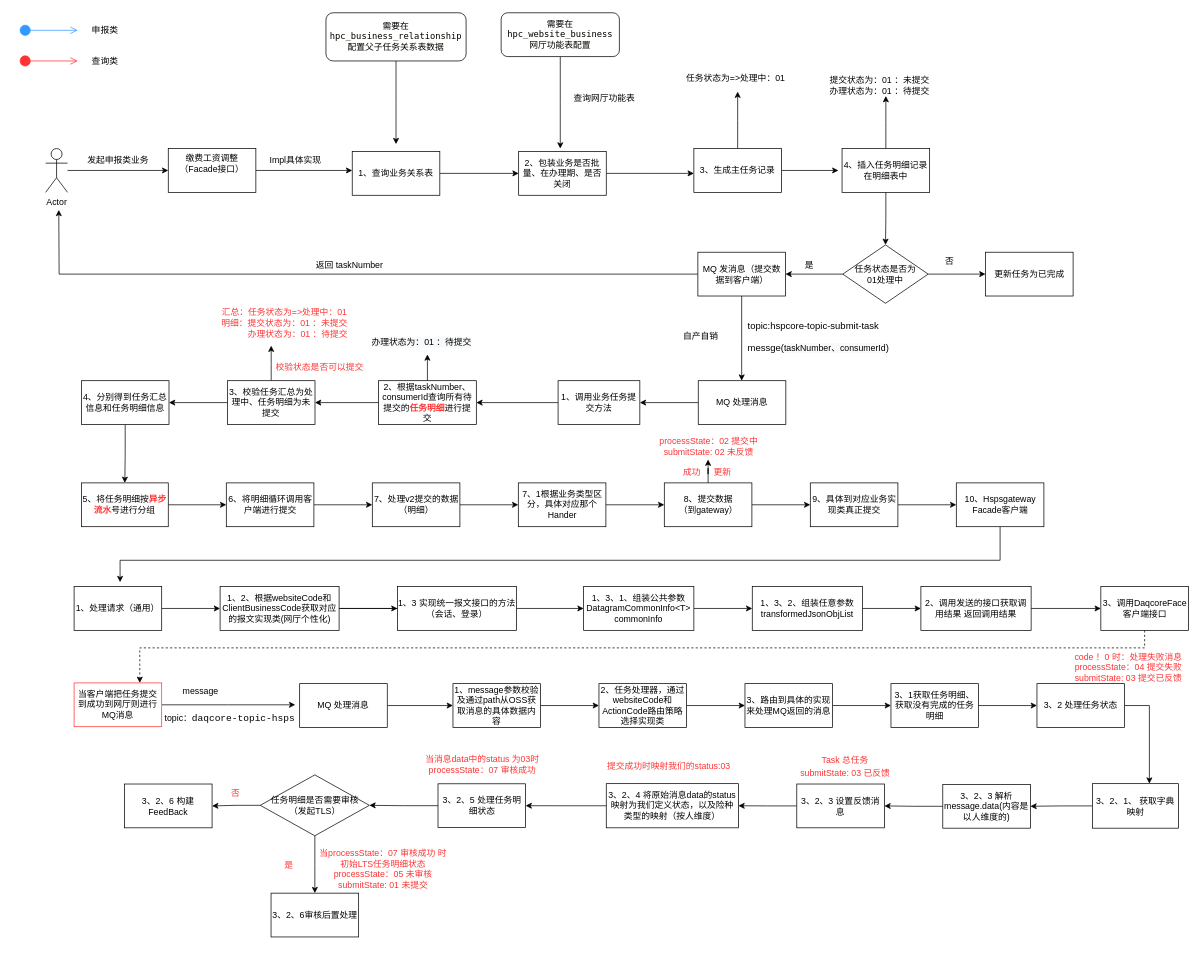
Above: 人社底层详细解析流程图.drawio in YYB1024/myRemoteRepo (draw.io), before the change. Source tidied: cells renumbered, new cells numbered last; positions are measured from the earlier drawing's top-left corner, leaving out a move shared by most shapes. Both pictures are drawn from the tidied source at 73%, with x=0, y=0 at pixel (19, 12).
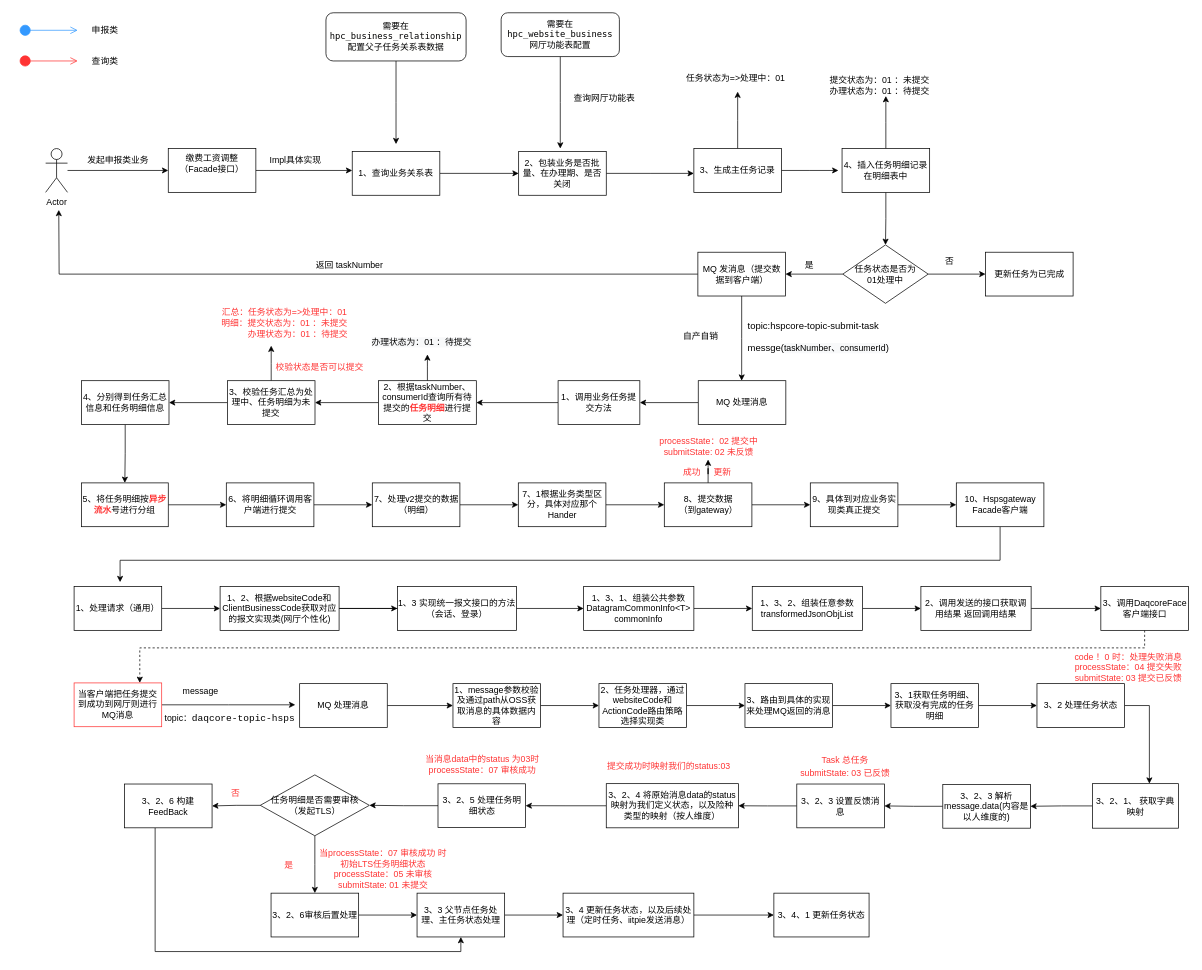
Above is the later version.

Commit message:
更新人社底层详细解析流程图.drawio

The change refers to these unchanged cells:
```xml
<mxCell id="123" value="3、2、6审核后置处理" style="whiteSpace=wrap;html=1;rounded=0;" parent="1" vertex="1">
  <mxGeometry x="344.8" y="1206" width="120" height="60" as="geometry" />
</mxCell>
<mxCell id="125" value="3、2、6 构建FeedBack" style="whiteSpace=wrap;html=1;rounded=0;" parent="1" vertex="1">
  <mxGeometry x="144" y="1056.5" width="120" height="60" as="geometry" />
</mxCell>
```

What changed in the source:
```diff
@@
+    <mxCell id="128" style="edgeStyle=orthogonalEdgeStyle;rounded=0;jettySize=auto;html=1;fontColor=#FF3333;" parent="1" edge="1" source="123" target="131">
+      <mxGeometry relative="1" as="geometry" />
+    </mxCell>
@@
+    <mxCell id="129" style="edgeStyle=orthogonalEdgeStyle;rounded=0;jettySize=auto;html=1;entryX=0.5;entryY=1;entryDx=0;entryDy=0;fontColor=#FF3333;" parent="1" edge="1" source="125" target="131">
+      <mxGeometry relative="1" as="geometry">
+        <Array as="points">
+          <mxPoint x="186" y="1286" />
+          <mxPoint x="605" y="1286" />
+        </Array>
+      </mxGeometry>
+    </mxCell>
@@
+    <mxCell id="130" style="edgeStyle=orthogonalEdgeStyle;rounded=0;jettySize=auto;html=1;fontColor=#FF3333;" parent="1" edge="1" source="131" target="133">
+      <mxGeometry relative="1" as="geometry" />
+    </mxCell>
+    <mxCell id="131" value="3、3 父节点任务处理、主任务状态处理" style="whiteSpace=wrap;html=1;rounded=0;" parent="1" vertex="1">
+      <mxGeometry x="544.8" y="1206" width="120" height="60" as="geometry" />
+    </mxCell>
+    <mxCell id="132" style="edgeStyle=orthogonalEdgeStyle;rounded=0;jettySize=auto;html=1;fontColor=#FF3333;" parent="1" edge="1" source="133" target="134">
+      <mxGeometry relative="1" as="geometry" />
+    </mxCell>
+    <mxCell id="133" value="3、4 更新任务状态，以及后续处理（定时任务、iitpie发送消息）" style="whiteSpace=wrap;html=1;rounded=0;" parent="1" vertex="1">
+      <mxGeometry x="744.8" y="1206" width="179.2" height="60" as="geometry" />
+    </mxCell>
+    <mxCell id="134" value="3、4、1 更新任务状态" style="whiteSpace=wrap;html=1;rounded=0;" parent="1" vertex="1">
+      <mxGeometry x="1033.6" y="1206" width="130.4" height="60" as="geometry" />
+    </mxCell>
```
